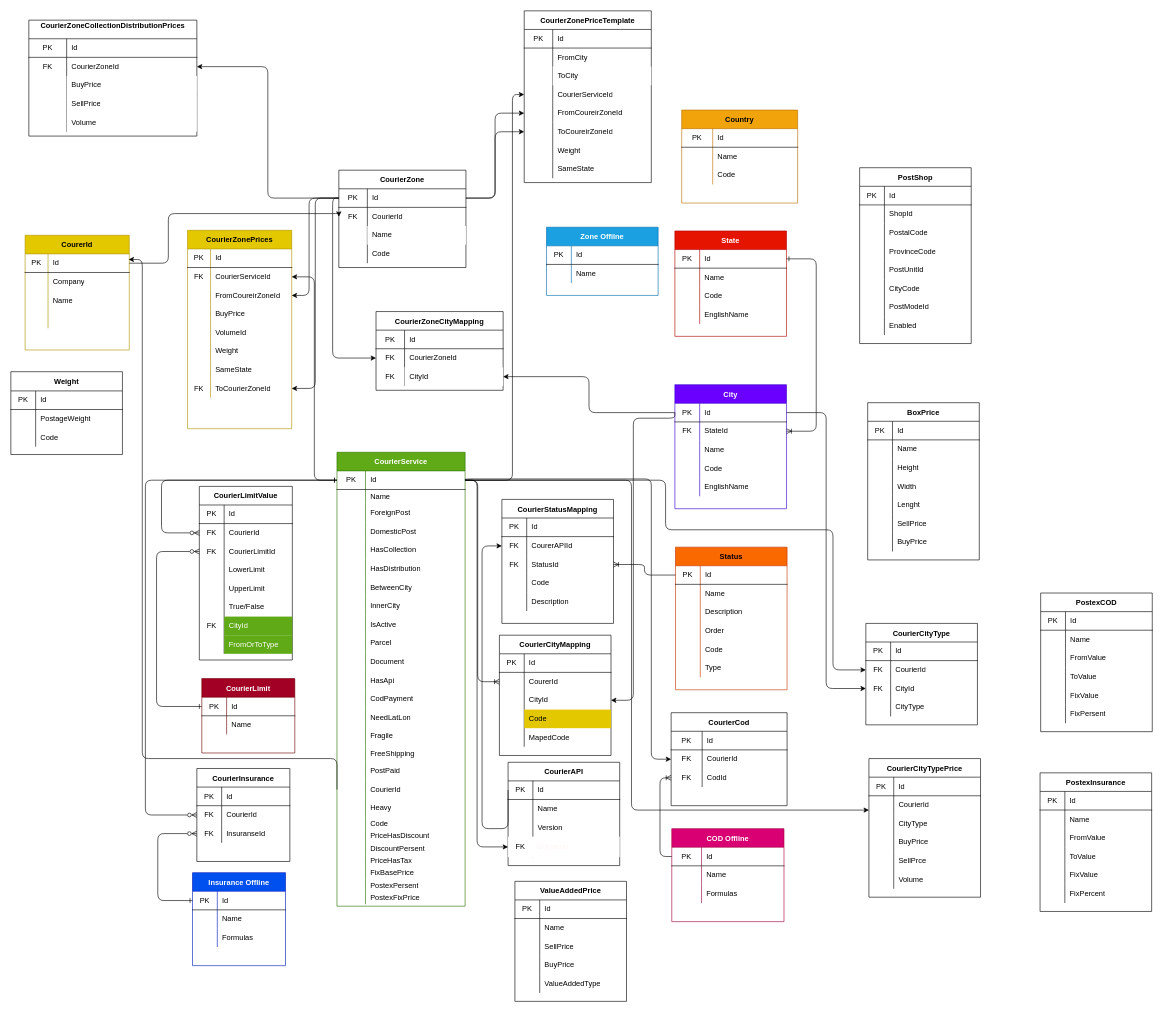
Above: 02-Product-service/Diagrams/Product.drawio in behrangaghili/Postex-Documents_Diagrams (draw.io), before the change. Source tidied: cells renumbered, new cells numbered last; positions are measured from the earlier drawing's top-left corner, leaving out a move shared by most shapes. Both pictures are drawn from the tidied source at 62%, with x=0, y=0 at pixel (11, 11).
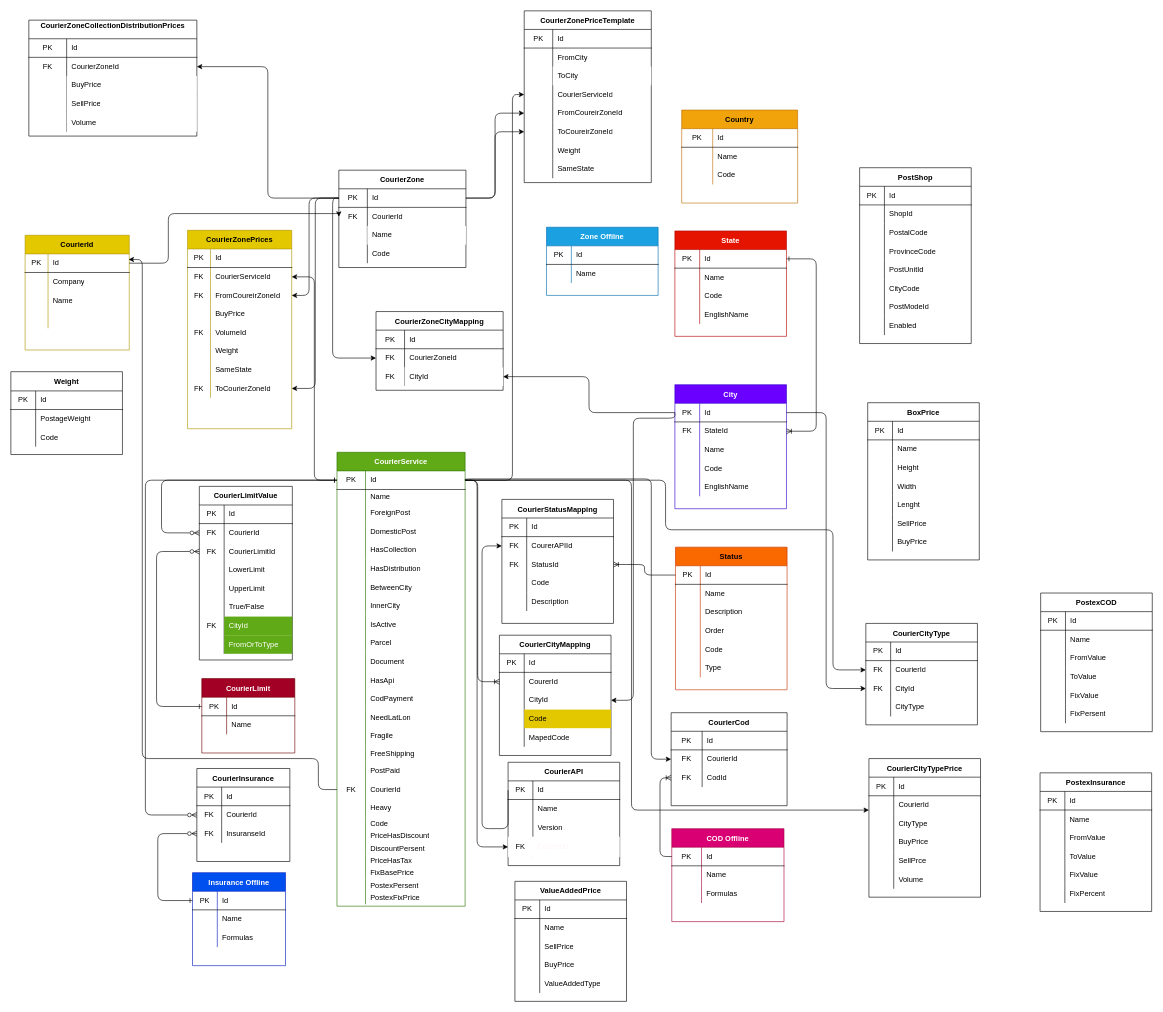
The same page after the edit.

Unchanged cells that the change refers to:
```xml
<mxCell id="84" style="shape=partialRectangle;html=1;whiteSpace=wrap;fillColor=none;top=0;left=0;bottom=0;right=0;points=[[0,0.5],[1,0.5]];portConstraint=eastwest;" parent="32" vertex="1">
  <mxGeometry y="529" width="206.7" height="30" as="geometry" />
</mxCell>
<mxCell id="215" style="shape=partialRectangle;html=1;whiteSpace=wrap;fillColor=none;top=0;left=0;bottom=0;right=0;points=[[0,0.5],[1,0.5]];portConstraint=eastwest;" parent="208" vertex="1">
  <mxGeometry y="90" width="168" height="30" as="geometry" />
</mxCell>
<mxCell id="221" style="shape=partialRectangle;html=1;whiteSpace=wrap;fillColor=none;top=0;left=0;bottom=0;right=0;" parent="208" vertex="1">
  <mxGeometry y="150" width="168" height="30" as="geometry" />
</mxCell>
<mxCell id="300" style="shape=partialRectangle;html=1;whiteSpace=wrap;fillColor=none;top=0;left=0;bottom=1;right=0;points=[[0,0.5],[1,0.5]];portConstraint=eastwest;" parent="299" vertex="1">
  <mxGeometry y="30" width="168" height="30" as="geometry" />
</mxCell>
```

Diff of the diagram source:
```diff
@@
-    <mxCell id="85" style="shape=partialRectangle;html=1;whiteSpace=wrap;fillColor=none;top=0;left=0;bottom=0;right=0;overflow=hidden;" parent="84" vertex="1">
+    <mxCell id="85" value="FK" style="shape=partialRectangle;html=1;whiteSpace=wrap;fillColor=none;top=0;left=0;bottom=0;right=0;overflow=hidden;" parent="84" vertex="1">
       <mxGeometry width="46" height="30" as="geometry" />
     </mxCell>
@@
-    <mxCell id="216" style="shape=partialRectangle;html=1;whiteSpace=wrap;fillColor=none;top=0;left=0;bottom=0;right=0;overflow=hidden;" parent="215" vertex="1">
+    <mxCell id="216" value="FK" style="shape=partialRectangle;html=1;whiteSpace=wrap;fillColor=none;top=0;left=0;bottom=0;right=0;overflow=hidden;" parent="215" vertex="1">
       <mxGeometry width="37" height="30" as="geometry" />
     </mxCell>
@@
-    <mxCell id="222" style="shape=partialRectangle;html=1;whiteSpace=wrap;fillColor=none;top=0;left=0;bottom=0;right=0;overflow=hidden;" parent="221" vertex="1">
+    <mxCell id="222" value="FK" style="shape=partialRectangle;html=1;whiteSpace=wrap;fillColor=none;top=0;left=0;bottom=0;right=0;overflow=hidden;" parent="221" vertex="1">
       <mxGeometry width="37" height="30" as="geometry" />
     </mxCell>
@@
-    <mxCell id="299" value="CourerId" style="shape=table;startSize=30;childLayout=tableLayout;rowLines=0;fontStyle=1;align=center;fillColor=#e3c800;fontColor=#000000;strokeColor=#B09500;" parent="1" vertex="1">
+    <mxCell id="299" value="CourierId" style="shape=table;startSize=30;childLayout=tableLayout;rowLines=0;fontStyle=1;align=center;fillColor=#e3c800;fontColor=#000000;strokeColor=#B09500;" parent="1" vertex="1">
       <mxGeometry x="23" y="362" width="168" height="185" as="geometry" />
     </mxCell>
@@
     <mxCell id="473" style="edgeStyle=orthogonalEdgeStyle;html=1;exitX=0;exitY=0.5;exitDx=0;exitDy=0;entryX=0.994;entryY=0.3;entryDx=0;entryDy=0;entryPerimeter=0;" parent="1" edge="1" source="84" target="300">
       <mxGeometry relative="1" as="geometry">
         <Array as="points">
-          <mxPoint x="526" y="1206" />
+          <mxPoint x="496" y="1256" />
+          <mxPoint x="496" y="1206" />
           <mxPoint x="212" y="1206" />
           <mxPoint x="212" y="401" />
         </Array>
       </mxGeometry>
     </mxCell>
```
